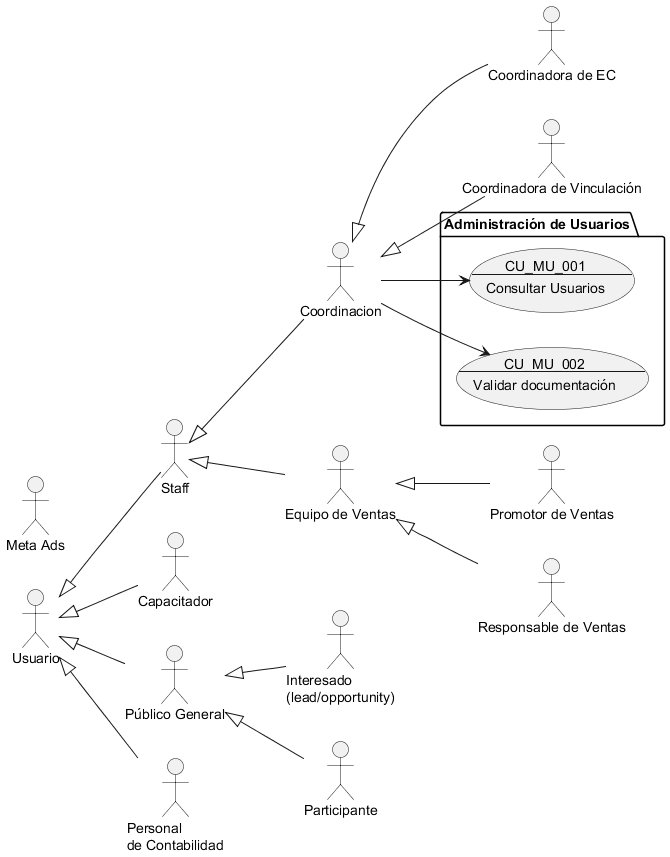
Proyectos-Vinculacion-FMAT/ECFCA keeps this PlantUML diagram as Docs/Requerimientos/Diagramas/img/Administración de Usuarios.png. Above is the earlier version. Its diagram source:
```plantuml
@startuml Administración de Usuarios

!include Actores.puml

package "Administración de Usuarios" {
    usecase CU_MU_001 as "
    CU_MU_001
    ---
    Consultar Usuarios
    "
    usecase CU_MU_002 as "
    CU_MU_002
    ---
    Validar documentación
    "
}

Coordinacion --> CU_MU_001
Coordinacion --> CU_MU_002

@enduml
```
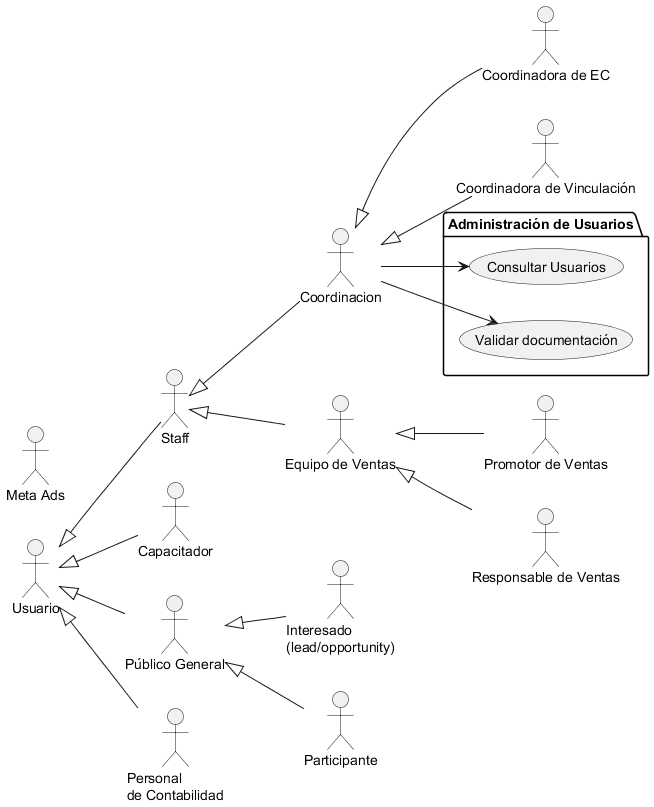
Above is the later version.

Change to the diagram source:
```diff
@@ -3,16 +3,8 @@
 !include Actores.puml
 
 package "Administración de Usuarios" {
-    usecase CU_MU_001 as "
-    CU_MU_001
-    ---
-    Consultar Usuarios
-    "
-    usecase CU_MU_002 as "
-    CU_MU_002
-    ---
-    Validar documentación
-    "
+    usecase CU_MU_001 as "Consultar Usuarios"
+    usecase CU_MU_002 as "Validar documentación"
 }
 
 Coordinacion --> CU_MU_001
```
